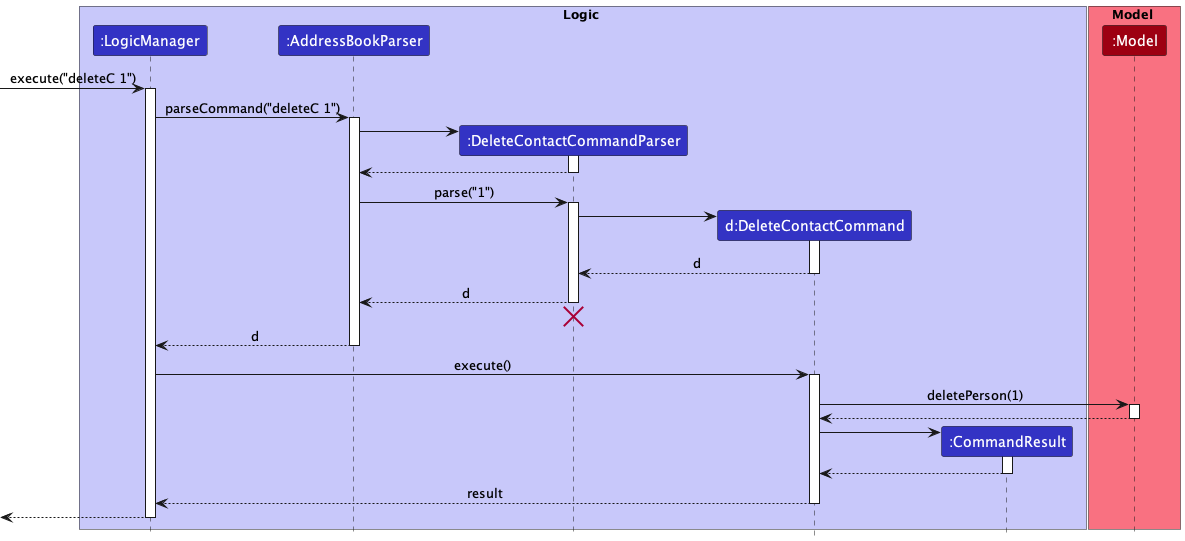
Before: docs/images/DeleteSequenceDiagram.png, a diagram exported from PlantUML (nus-cs2103-AY2223S1/tp).
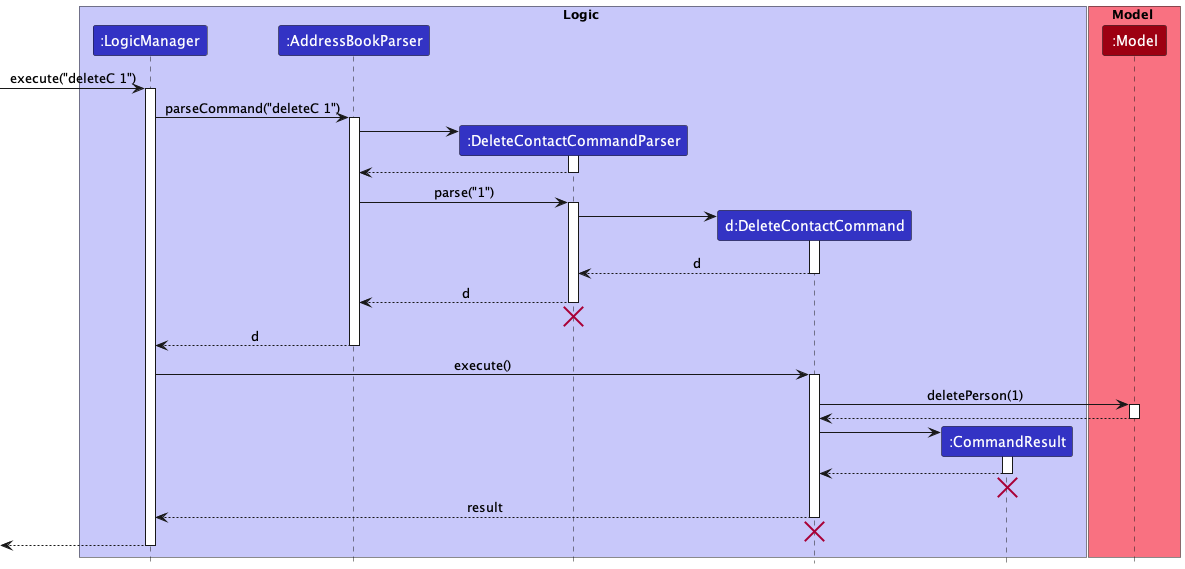
Later version of the same file.

Commit message:
Update dg diagram and user stories

Diff of the diagram source:
```diff
@@ -59,9 +59,13 @@
 
 CommandResult --> DeleteContactCommand
 deactivate CommandResult
+CommandResult -[hidden]-> DeleteContactCommand
+destroy CommandResult
 
 DeleteContactCommand --> LogicManager : result
 deactivate DeleteContactCommand
+DeleteContactCommand -[hidden]-> LogicManager
+destroy DeleteContactCommand
 
 [<--LogicManager
 deactivate LogicManager
```
